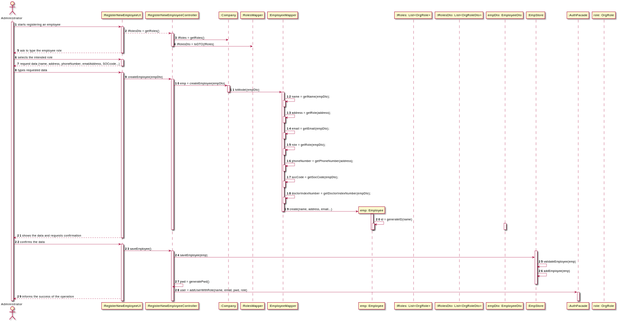
0franciscor/lei-21-s2-1de-g19 keeps this PlantUML diagram as docs/SprintB/US07/US07-SD.svg. Above is the earlier version.
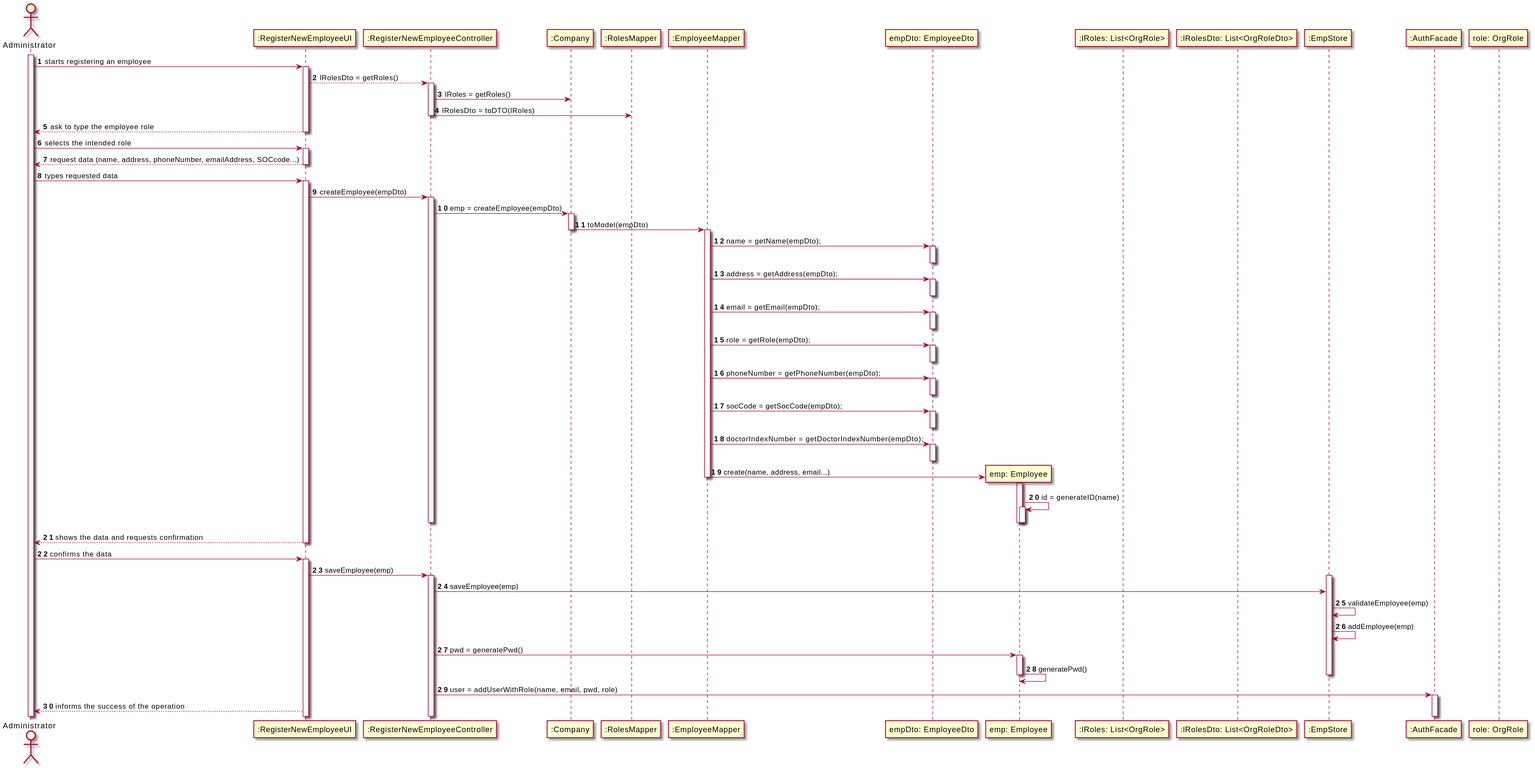
Above is the later version.

Change to the diagram source:
```diff
@@ -28,31 +28,33 @@
 ":Company" -> ":EmployeeMapper" : toModel(empDto)
 deactivate ":Company"
 activate ":EmployeeMapper"
-":EmployeeMapper" -> ":EmployeeMapper" : name = getName(empDto);
-activate ":EmployeeMapper"
-deactivate ":EmployeeMapper"
-":EmployeeMapper" -> ":EmployeeMapper" : address = getRole(address);
-activate ":EmployeeMapper"
-deactivate ":EmployeeMapper"
-":EmployeeMapper" -> ":EmployeeMapper" : email = getEmail(empDto);
-activate ":EmployeeMapper"
-deactivate ":EmployeeMapper"
-":EmployeeMapper" -> ":EmployeeMapper" : role = getRole(empDto);
-activate ":EmployeeMapper"
-deactivate ":EmployeeMapper"
-":EmployeeMapper" -> ":EmployeeMapper" : phoneNumber = getPhoneNumber(address);
-activate ":EmployeeMapper"
-deactivate ":EmployeeMapper"
-":EmployeeMapper" -> ":EmployeeMapper" : socCode = getSocCode(empDto);
-activate ":EmployeeMapper"
-deactivate ":EmployeeMapper"
-":EmployeeMapper" -> ":EmployeeMapper" : doctorIndexNumber = getDoctorIndexNumber(empDto);
-activate ":EmployeeMapper"
-deactivate ":EmployeeMapper"
+":EmployeeMapper" -> "empDto: EmployeeDto" : name = getName(empDto);
+activate "empDto: EmployeeDto"
+deactivate "empDto: EmployeeDto"
+":EmployeeMapper" -> "empDto: EmployeeDto" : address = getAddress(empDto);
+activate "empDto: EmployeeDto"
+deactivate "empDto: EmployeeDto"
+":EmployeeMapper" -> "empDto: EmployeeDto" : email = getEmail(empDto);
+activate "empDto: EmployeeDto"
+deactivate "empDto: EmployeeDto"
+":EmployeeMapper" -> "empDto: EmployeeDto" : role = getRole(empDto);
+activate "empDto: EmployeeDto"
+deactivate "empDto: EmployeeDto"
+":EmployeeMapper" -> "empDto: EmployeeDto" : phoneNumber = getPhoneNumber(empDto);
+activate "empDto: EmployeeDto"
+deactivate "empDto: EmployeeDto"
+":EmployeeMapper" -> "empDto: EmployeeDto" : socCode = getSocCode(empDto);
+activate "empDto: EmployeeDto"
+deactivate "empDto: EmployeeDto"
+":EmployeeMapper" -> "empDto: EmployeeDto" : doctorIndexNumber = getDoctorIndexNumber(empDto);
+activate "empDto: EmployeeDto"
+deactivate "empDto: EmployeeDto"
 create "emp: Employee"
 ":EmployeeMapper" -> "emp: Employee" : create(name, address, email...)
 deactivate ":EmployeeMapper"
+
 activate "emp: Employee"
+deactivate "emp: Employee"
 "emp: Employee" -> "emp: Employee" : id = generateID(name)
 activate "emp: Employee"
 deactivate "emp: Employee"
@@ -60,28 +62,25 @@
 deactivate ":RegisterNewEmployeeController"
 participant ":lRoles: List<OrgRole>"
 participant ":lRolesDto: List<OrgRoleDto>"
-
-
-activate "empDto: EmployeeDto"
 deactivate "empDto: EmployeeDto"
-
-
-deactivate "empDto: EmployeeDto"
-
 deactivate ":Company"
 deactivate "role: OrgRole"
 ":RegisterNewEmployeeUI" --> A : shows the data and requests confirmation
 deactivate ":RegisterNewEmployeeUI"
 A -> ":RegisterNewEmployeeUI" : confirms the data
 activate ":RegisterNewEmployeeUI"
-":RegisterNewEmployeeUI" -> ":RegisterNewEmployeeController" : saveEmployee()
+":RegisterNewEmployeeUI" -> ":RegisterNewEmployeeController" : saveEmployee(emp)
 activate ":RegisterNewEmployeeController"
 activate ":EmpStore"
 ":RegisterNewEmployeeController" -> ":EmpStore" : saveEmployee(emp)
 ":EmpStore" -> ":EmpStore" : validateEmployee(emp)
 ":EmpStore" -> ":EmpStore" : addEmployee(emp)
-":RegisterNewEmployeeController" -> ":RegisterNewEmployeeController" : pwd = generatePwd()
+":RegisterNewEmployeeController" -> "emp: Employee" : pwd = generatePwd()
+activate "emp: Employee"
+"emp: Employee" -> "emp: Employee" : generatePwd()
+deactivate "emp: Employee"
 deactivate ":EmpStore"
+
 ":RegisterNewEmployeeController" -> ":AuthFacade" : user = addUserWithRole(name, email, pwd, role)
 activate ":AuthFacade"
 
```
